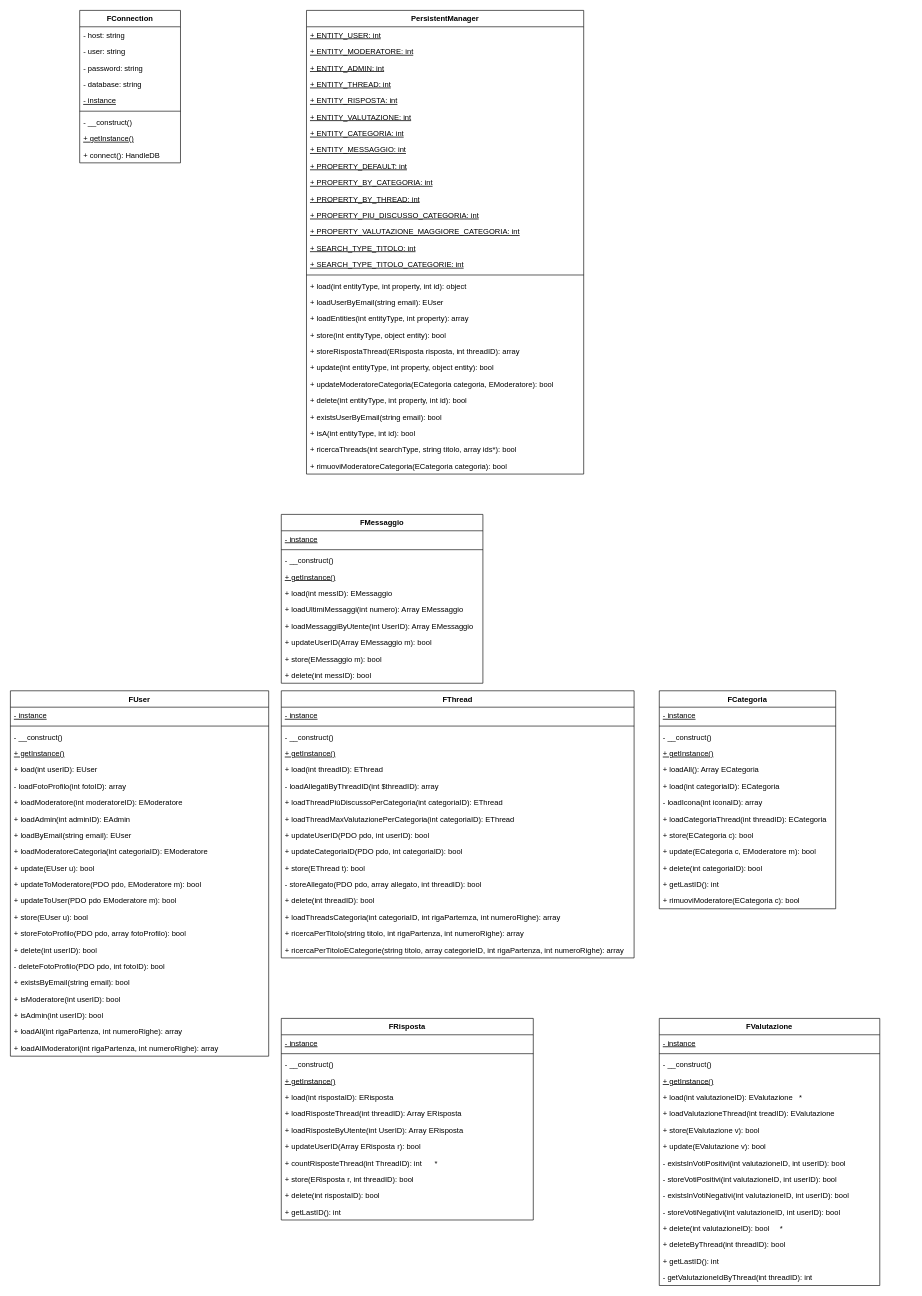
Above: Diagrammi/UML Fondation 2.drawio in EdoPan/UniChat (draw.io), before the change. Source tidied: cells renumbered, new cells numbered last; positions are measured from the earlier drawing's top-left corner, leaving out a move shared by most shapes. Both pictures are drawn from the tidied source at 63%, with x=0, y=0 at pixel (10, 10).
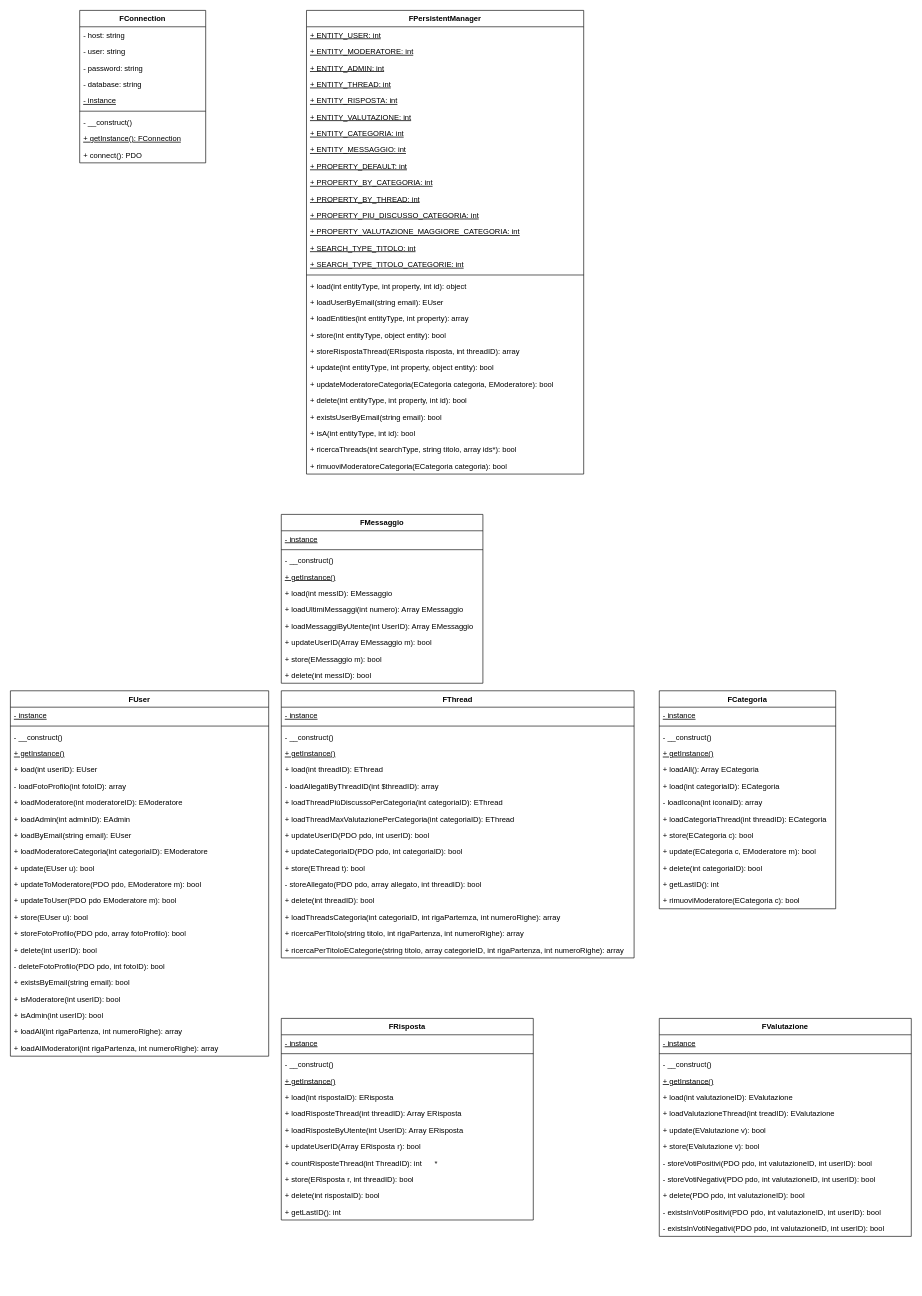
Above is the later version.

Commit message (it also covers changes not shown here):
Aggiornamento diagrammi.

What changed in the source:
```diff
@@
     <mxCell id="2" value="FConnection" style="swimlane;fontStyle=1;align=center;verticalAlign=top;horizontal=1;startSize=26;" parent="1" vertex="1">
-      <mxGeometry x="110" width="160" height="242" as="geometry" />
+      <mxGeometry x="110" width="200" height="242" as="geometry" />
     </mxCell>
     <mxCell id="3" value="- host: string" style="text;strokeColor=none;fillColor=none;align=left;verticalAlign=top;spacingLeft=4;spacingRight=4;overflow=hidden;" parent="2" vertex="1">
-      <mxGeometry y="26" width="160" height="26" as="geometry" />
+      <mxGeometry y="26" width="200" height="26" as="geometry" />
     </mxCell>
     <mxCell id="4" value="- user: string" style="text;strokeColor=none;fillColor=none;align=left;verticalAlign=top;spacingLeft=4;spacingRight=4;overflow=hidden;" parent="2" vertex="1">
-      <mxGeometry y="52" width="160" height="26" as="geometry" />
+      <mxGeometry y="52" width="200" height="26" as="geometry" />
     </mxCell>
     <mxCell id="5" value="- password: string" style="text;strokeColor=none;fillColor=none;align=left;verticalAlign=top;spacingLeft=4;spacingRight=4;overflow=hidden;" parent="2" vertex="1">
-      <mxGeometry y="78" width="160" height="26" as="geometry" />
+      <mxGeometry y="78" width="200" height="26" as="geometry" />
     </mxCell>
     <mxCell id="6" value="- database: string" style="text;strokeColor=none;fillColor=none;align=left;verticalAlign=top;spacingLeft=4;spacingRight=4;overflow=hidden;" parent="2" vertex="1">
-      <mxGeometry y="104" width="160" height="26" as="geometry" />
+      <mxGeometry y="104" width="200" height="26" as="geometry" />
     </mxCell>
     <mxCell id="7" value="- instance" style="text;strokeColor=none;fillColor=none;align=left;verticalAlign=top;spacingLeft=4;spacingRight=4;overflow=hidden;fontStyle=4;" parent="2" vertex="1">
-      <mxGeometry y="130" width="160" height="26" as="geometry" />
+      <mxGeometry y="130" width="200" height="26" as="geometry" />
     </mxCell>
     <mxCell id="8" style="line;strokeWidth=1;fillColor=none;align=left;verticalAlign=middle;spacingTop=-1;spacingLeft=3;spacingRight=3;labelPosition=right;" parent="2" vertex="1">
-      <mxGeometry y="156" width="160" height="8" as="geometry" />
+      <mxGeometry y="156" width="200" height="8" as="geometry" />
     </mxCell>
     <mxCell id="9" value="- __construct()" style="text;strokeColor=none;fillColor=none;align=left;verticalAlign=top;spacingLeft=4;spacingRight=4;overflow=hidden;" parent="2" vertex="1">
-      <mxGeometry y="164" width="160" height="26" as="geometry" />
+      <mxGeometry y="164" width="200" height="26" as="geometry" />
     </mxCell>
-    <mxCell id="10" value="+ getInstance()" style="text;strokeColor=none;fillColor=none;align=left;verticalAlign=top;spacingLeft=4;spacingRight=4;overflow=hidden;fontStyle=4;" parent="2" vertex="1">
-      <mxGeometry y="190" width="160" height="26" as="geometry" />
+    <mxCell id="10" value="+ getInstance(): FConnection" style="text;strokeColor=none;fillColor=none;align=left;verticalAlign=top;spacingLeft=4;spacingRight=4;overflow=hidden;fontStyle=4;" parent="2" vertex="1">
+      <mxGeometry y="190" width="200" height="26" as="geometry" />
     </mxCell>
-    <mxCell id="11" value="+ connect(): HandleDB" style="text;strokeColor=none;fillColor=none;align=left;verticalAlign=top;spacingLeft=4;spacingRight=4;overflow=hidden;" parent="2" vertex="1">
-      <mxGeometry y="216" width="160" height="26" as="geometry" />
+    <mxCell id="11" value="+ connect(): PDO" style="text;strokeColor=none;fillColor=none;align=left;verticalAlign=top;spacingLeft=4;spacingRight=4;overflow=hidden;" parent="2" vertex="1">
+      <mxGeometry y="216" width="200" height="26" as="geometry" />
     </mxCell>
-    <mxCell id="12" value="PersistentManager" style="swimlane;fontStyle=1;align=center;verticalAlign=top;horizontal=1;startSize=26;" parent="1" vertex="1">
+    <mxCell id="12" value="FPersistentManager" style="swimlane;fontStyle=1;align=center;verticalAlign=top;horizontal=1;startSize=26;" parent="1" vertex="1">
       <mxGeometry x="470" width="440" height="736" as="geometry" />
     </mxCell>
@@
     <mxCell id="119" value="FValutazione" style="swimlane;fontStyle=1;align=center;verticalAlign=top;horizontal=1;startSize=26;fillColor=#ffffff;" parent="1" vertex="1">
-      <mxGeometry x="1030" y="1600" width="350" height="424" as="geometry" />
+      <mxGeometry x="1030" y="1600" width="400" height="346" as="geometry" />
     </mxCell>
     <mxCell id="120" value="- instance" style="text;strokeColor=none;fillColor=none;align=left;verticalAlign=top;spacingLeft=4;spacingRight=4;overflow=hidden;fontStyle=4;" parent="119" vertex="1">
-      <mxGeometry y="26" width="350" height="26" as="geometry" />
+      <mxGeometry y="26" width="400" height="26" as="geometry" />
     </mxCell>
     <mxCell id="121" style="line;strokeWidth=1;fillColor=none;align=left;verticalAlign=middle;spacingTop=-1;spacingLeft=3;spacingRight=3;labelPosition=right;" parent="119" vertex="1">
-      <mxGeometry y="52" width="350" height="8" as="geometry" />
+      <mxGeometry y="52" width="400" height="8" as="geometry" />
     </mxCell>
     <mxCell id="122" value="- __construct()" style="text;strokeColor=none;fillColor=none;align=left;verticalAlign=top;spacingLeft=4;spacingRight=4;overflow=hidden;" parent="119" vertex="1">
-      <mxGeometry y="60" width="350" height="26" as="geometry" />
+      <mxGeometry y="60" width="400" height="26" as="geometry" />
     </mxCell>
     <mxCell id="123" value="+ getInstance()" style="text;strokeColor=none;fillColor=none;align=left;verticalAlign=top;spacingLeft=4;spacingRight=4;overflow=hidden;fontStyle=4;" parent="119" vertex="1">
-      <mxGeometry y="86" width="350" height="26" as="geometry" />
+      <mxGeometry y="86" width="400" height="26" as="geometry" />
     </mxCell>
-    <mxCell id="124" value="+ load(int valutazioneID): EValutazione   *" style="text;strokeColor=none;fillColor=none;align=left;verticalAlign=top;spacingLeft=4;spacingRight=4;overflow=hidden;" parent="119" vertex="1">
-      <mxGeometry y="112" width="350" height="26" as="geometry" />
+    <mxCell id="124" value="+ load(int valutazioneID): EValutazione" style="text;strokeColor=none;fillColor=none;align=left;verticalAlign=top;spacingLeft=4;spacingRight=4;overflow=hidden;" parent="119" vertex="1">
+      <mxGeometry y="112" width="400" height="26" as="geometry" />
     </mxCell>
     <mxCell id="125" value="+ loadValutazioneThread(int treadID): EValutazione" style="text;strokeColor=none;fillColor=none;align=left;verticalAlign=top;spacingLeft=4;spacingRight=4;overflow=hidden;" parent="119" vertex="1">
-      <mxGeometry y="138" width="350" height="26" as="geometry" />
+      <mxGeometry y="138" width="400" height="26" as="geometry" />
     </mxCell>
+    <mxCell id="127" value="+ update(EValutazione v): bool" style="text;strokeColor=none;fillColor=none;align=left;verticalAlign=top;spacingLeft=4;spacingRight=4;overflow=hidden;" parent="119" vertex="1">
+      <mxGeometry y="164" width="400" height="26" as="geometry" />
+    </mxCell>
     <mxCell id="126" value="+ store(EValutazione v): bool" style="text;strokeColor=none;fillColor=none;align=left;verticalAlign=top;spacingLeft=4;spacingRight=4;overflow=hidden;" parent="119" vertex="1">
-      <mxGeometry y="164" width="350" height="26" as="geometry" />
+      <mxGeometry y="190" width="400" height="26" as="geometry" />
     </mxCell>
-    <mxCell id="127" value="+ update(EValutazione v): bool" style="text;strokeColor=none;fillColor=none;align=left;verticalAlign=top;spacingLeft=4;spacingRight=4;overflow=hidden;" parent="119" vertex="1">
-      <mxGeometry y="190" width="350" height="26" as="geometry" />
-    </mxCell>
-    <mxCell id="128" value="- existsInVotiPositivi(int valutazioneID, int userID): bool" style="text;strokeColor=none;fillColor=none;align=left;verticalAlign=top;spacingLeft=4;spacingRight=4;overflow=hidden;" parent="119" vertex="1">
-      <mxGeometry y="216" width="350" height="26" as="geometry" />
-    </mxCell>
-    <mxCell id="129" value="- storeVotiPositivi(int valutazioneID, int userID): bool" style="text;strokeColor=none;fillColor=none;align=left;verticalAlign=top;spacingLeft=4;spacingRight=4;overflow=hidden;" parent="119" vertex="1">
-      <mxGeometry y="242" width="350" height="26" as="geometry" />
+    <mxCell id="129" value="- storeVotiPositivi(PDO pdo, int valutazioneID, int userID): bool" style="text;strokeColor=none;fillColor=none;align=left;verticalAlign=top;spacingLeft=4;spacingRight=4;overflow=hidden;" parent="119" vertex="1">
+      <mxGeometry y="216" width="400" height="26" as="geometry" />
     </mxCell>
-    <mxCell id="130" value="- existsInVotiNegativi(int valutazioneID, int userID): bool" style="text;strokeColor=none;fillColor=none;align=left;verticalAlign=top;spacingLeft=4;spacingRight=4;overflow=hidden;" parent="119" vertex="1">
-      <mxGeometry y="268" width="350" height="26" as="geometry" />
-    </mxCell>
-    <mxCell id="131" value="- storeVotiNegativi(int valutazioneID, int userID): bool" style="text;strokeColor=none;fillColor=none;align=left;verticalAlign=top;spacingLeft=4;spacingRight=4;overflow=hidden;" parent="119" vertex="1">
-      <mxGeometry y="294" width="350" height="26" as="geometry" />
+    <mxCell id="131" value="- storeVotiNegativi(PDO pdo, int valutazioneID, int userID): bool" style="text;strokeColor=none;fillColor=none;align=left;verticalAlign=top;spacingLeft=4;spacingRight=4;overflow=hidden;" parent="119" vertex="1">
+      <mxGeometry y="242" width="400" height="26" as="geometry" />
     </mxCell>
-    <mxCell id="132" value="+ delete(int valutazioneID): bool     *" style="text;strokeColor=none;fillColor=none;align=left;verticalAlign=top;spacingLeft=4;spacingRight=4;overflow=hidden;" parent="119" vertex="1">
-      <mxGeometry y="320" width="350" height="26" as="geometry" />
+    <mxCell id="132" value="+ delete(PDO pdo, int valutazioneID): bool" style="text;strokeColor=none;fillColor=none;align=left;verticalAlign=top;spacingLeft=4;spacingRight=4;overflow=hidden;" parent="119" vertex="1">
+      <mxGeometry y="268" width="400" height="26" as="geometry" />
     </mxCell>
-    <mxCell id="133" value="+ deleteByThread(int threadID): bool" style="text;strokeColor=none;fillColor=none;align=left;verticalAlign=top;spacingLeft=4;spacingRight=4;overflow=hidden;" parent="119" vertex="1">
-      <mxGeometry y="346" width="350" height="26" as="geometry" />
-    </mxCell>
-    <mxCell id="134" value="+ getLastID(): int" style="text;strokeColor=none;fillColor=none;align=left;verticalAlign=top;spacingLeft=4;spacingRight=4;overflow=hidden;" parent="119" vertex="1">
-      <mxGeometry y="372" width="350" height="26" as="geometry" />
-    </mxCell>
-    <mxCell id="135" value="- getValutazioneIdByThread(int threadID): int" style="text;strokeColor=none;fillColor=none;align=left;verticalAlign=top;spacingLeft=4;spacingRight=4;overflow=hidden;" parent="119" vertex="1">
-      <mxGeometry y="398" width="350" height="26" as="geometry" />
-    </mxCell>
+    <mxCell id="128" value="- existsInVotiPositivi(PDO pdo, int valutazioneID, int userID): bool" style="text;strokeColor=none;fillColor=none;align=left;verticalAlign=top;spacingLeft=4;spacingRight=4;overflow=hidden;" parent="119" vertex="1">
+      <mxGeometry y="294" width="400" height="26" as="geometry" />
+    </mxCell>
+    <mxCell id="130" value="- existsInVotiNegativi(PDO pdo, int valutazioneID, int userID): bool" style="text;strokeColor=none;fillColor=none;align=left;verticalAlign=top;spacingLeft=4;spacingRight=4;overflow=hidden;" parent="119" vertex="1">
+      <mxGeometry y="320" width="400" height="26" as="geometry" />
+    </mxCell>
```
